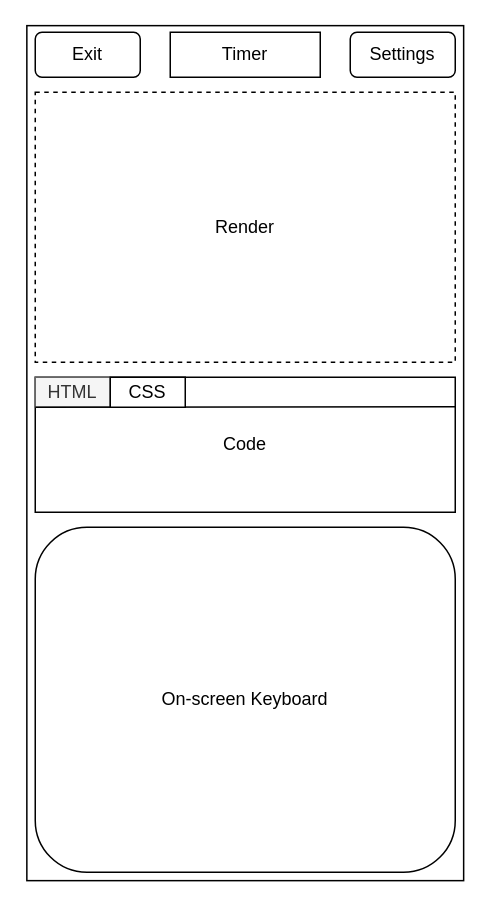
This is docs/wireframes/game_screen_mobile.drawio from cse110-sp26-group23/cse110-sp26-group23, a draw.io file, before an edit. Source tidied: cells renumbered, new cells numbered last; positions are measured from the earlier drawing's top-left corner, leaving out a move shared by most shapes. Both pictures are drawn from the tidied source at 150%, with x=0, y=0 at pixel (-183, 32).
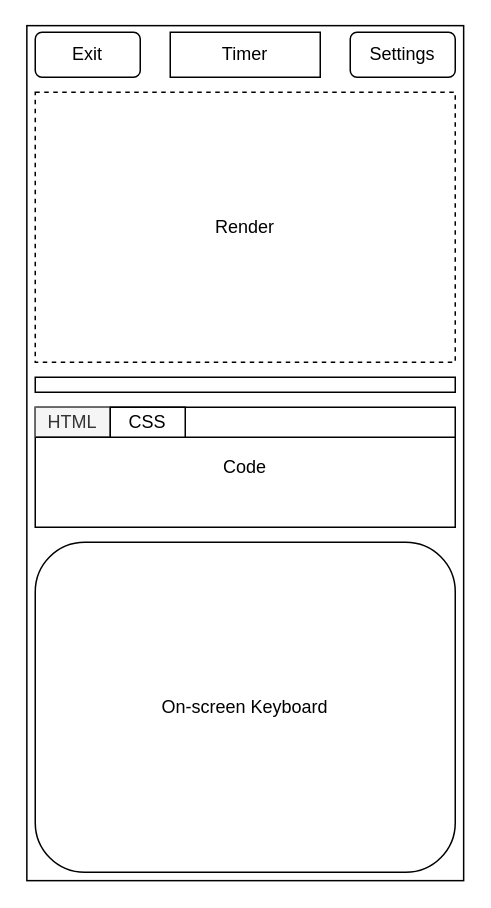
The same page after the edit.

The edit, as a diff of the source:
```diff
@@
 <mxGraphModel>
   <root>
     <mxCell id="0" />
     <mxCell id="1" parent="0" />
     <mxCell id="2" style="rounded=0;whiteSpace=wrap;html=1;fillColor=none;rotation=90;" parent="1" vertex="1">
       <mxGeometry y="135" width="570" height="291.2" as="geometry" />
     </mxCell>
     <mxCell id="3" value="Exit" style="rounded=1;whiteSpace=wrap;html=1;" parent="1" vertex="1">
       <mxGeometry x="145" width="70" height="30" as="geometry" />
     </mxCell>
     <mxCell id="4" value="Settings" style="rounded=1;whiteSpace=wrap;html=1;" parent="1" vertex="1">
       <mxGeometry x="355" width="70" height="30" as="geometry" />
     </mxCell>
     <mxCell id="5" value="Timer" style="rounded=0;whiteSpace=wrap;html=1;" parent="1" vertex="1">
       <mxGeometry x="235" width="100" height="30" as="geometry" />
     </mxCell>
     <mxCell id="6" value="Code" style="whiteSpace=wrap;html=1;" parent="1" vertex="1">
-      <mxGeometry x="145" y="230" width="280" height="90" as="geometry" />
+      <mxGeometry x="145" y="250" width="280" height="80" as="geometry" />
     </mxCell>
     <mxCell id="7" value="&lt;div style=&quot;&quot;&gt;Render&lt;/div&gt;" style="whiteSpace=wrap;html=1;align=center;dashed=1;" parent="1" vertex="1">
       <mxGeometry x="145" y="40" width="280" height="180" as="geometry" />
     </mxCell>
     <mxCell id="8" style="endArrow=none;html=1;entryX=0;entryY=1;entryDx=0;entryDy=0;" parent="1" edge="1" source="9">
       <mxGeometry relative="1" as="geometry">
         <mxPoint x="165" y="250" as="targetPoint" />
       </mxGeometry>
     </mxCell>
     <mxCell id="9" value="HTML" style="rounded=0;whiteSpace=wrap;html=1;fillColor=#f5f5f5;fontColor=#333333;strokeColor=#666666;" parent="1" vertex="1">
-      <mxGeometry x="145" y="230" width="50" height="20" as="geometry" />
+      <mxGeometry x="145" y="250" width="50" height="20" as="geometry" />
     </mxCell>
-    <mxCell id="10" style="endArrow=none;html=1;entryX=0;entryY=1;entryDx=0;entryDy=0;exitX=1;exitY=0.218;exitDx=0;exitDy=0;exitPerimeter=0;" parent="1" edge="1" source="6" target="9">
+    <mxCell id="10" style="endArrow=none;html=1;entryX=0;entryY=1;entryDx=0;entryDy=0;exitX=1;exitY=0.25;exitDx=0;exitDy=0;" parent="1" edge="1" source="6" target="9">
       <mxGeometry relative="1" as="geometry" />
     </mxCell>
     <mxCell id="11" value="CSS" style="rounded=0;whiteSpace=wrap;html=1;" parent="1" vertex="1">
-      <mxGeometry x="195" y="230" width="50" height="20" as="geometry" />
+      <mxGeometry x="195" y="250" width="50" height="20" as="geometry" />
     </mxCell>
     <mxCell id="12" value="On-screen Keyboard" style="rounded=1;whiteSpace=wrap;html=1;" parent="1" vertex="1">
-      <mxGeometry x="145" y="330" width="280" height="230" as="geometry" />
+      <mxGeometry x="145" y="340" width="280" height="220" as="geometry" />
     </mxCell>
+    <mxCell id="13" style="rounded=0;whiteSpace=wrap;html=1;" parent="1" vertex="1">
+      <mxGeometry x="145" y="230" width="280" height="10" as="geometry" />
+    </mxCell>
   </root>
 </mxGraphModel>
```
